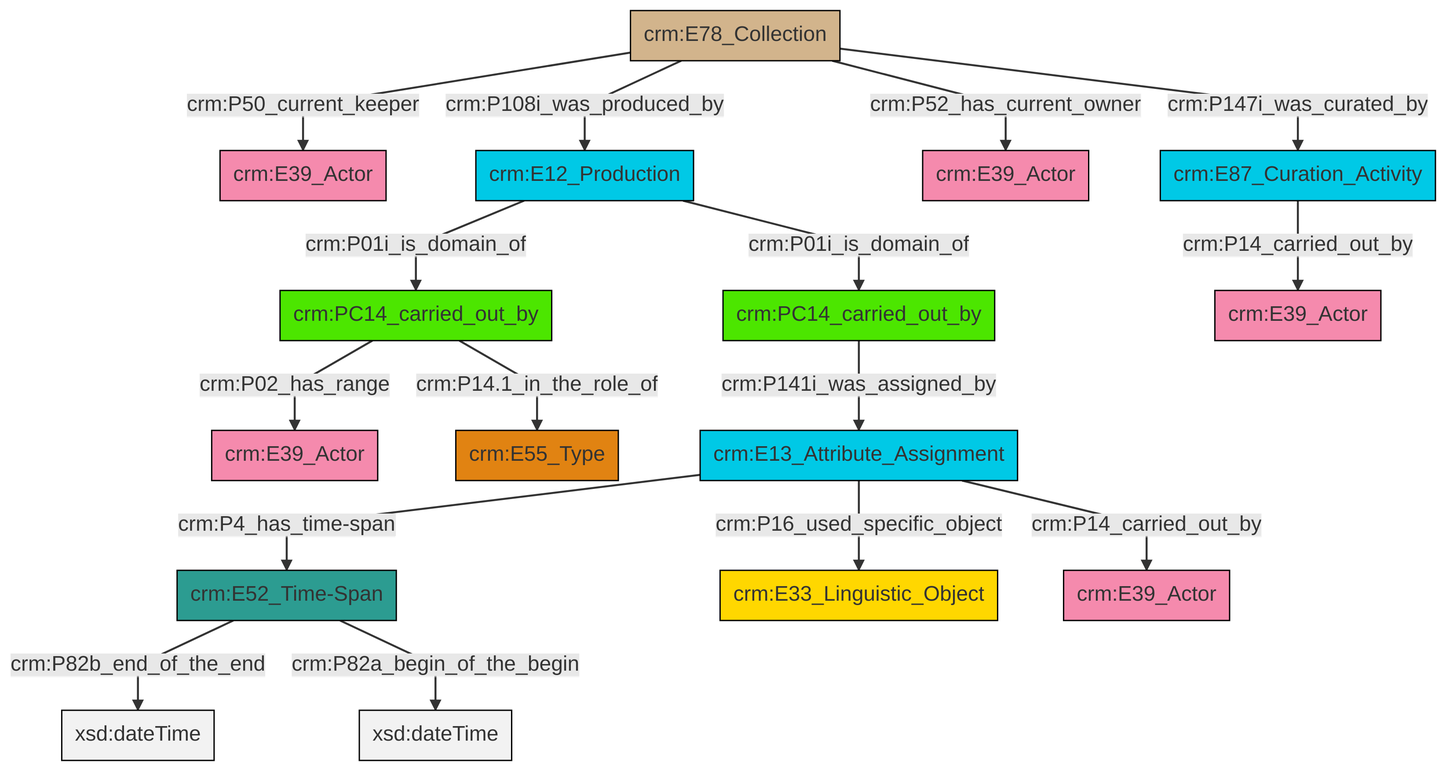
The Mermaid diagram et/archivalCSV/ttl/mmd/png/archival_relation.png in swiss-art-research-net/docs.swissartresearch, before a commit. Its source is kept beside it as et/archivalCSV/ttl/mmd/archival_relation.ttl.mmd.
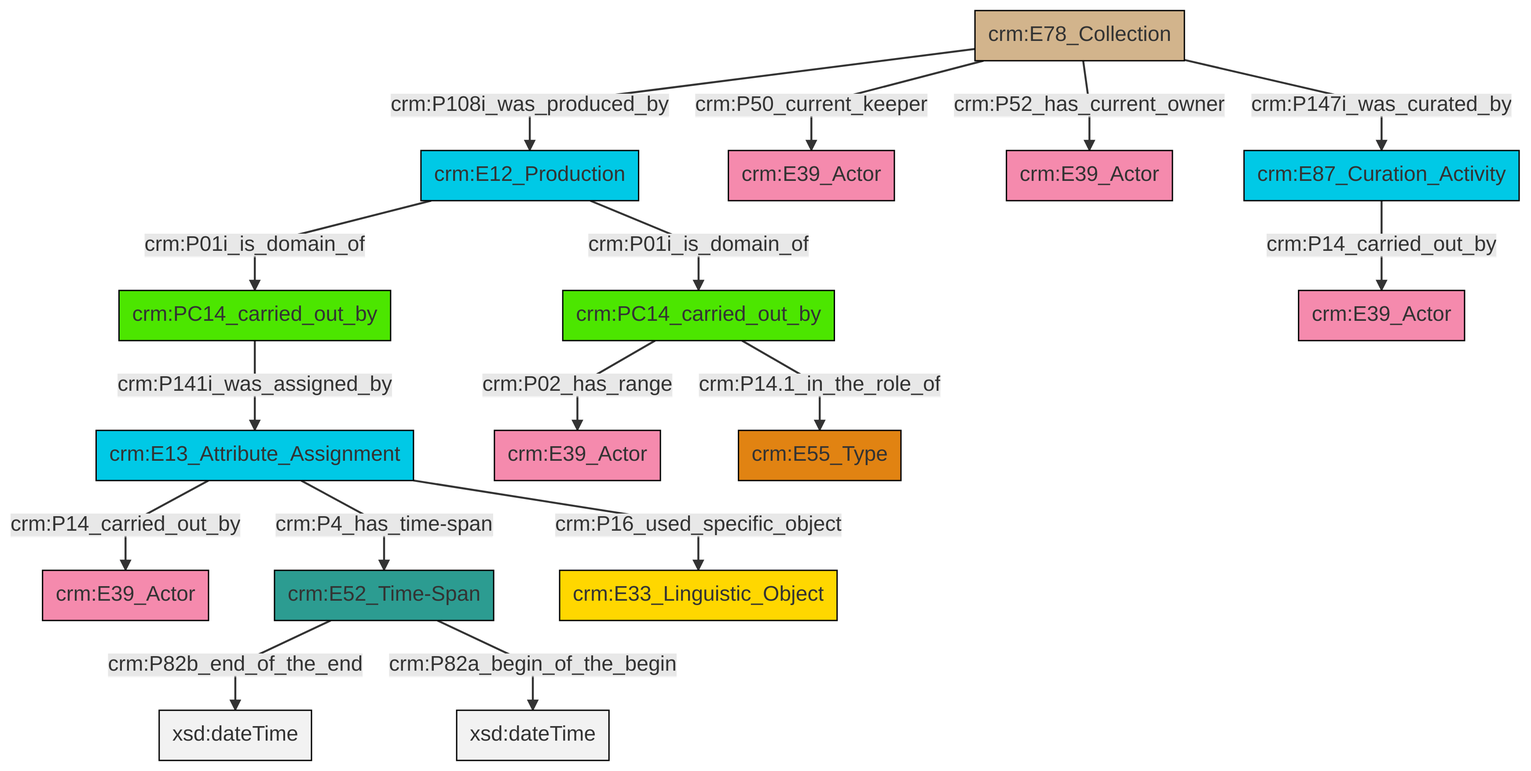
Later version of the same file.

The edit, as a diff of the source:
```diff
@@ -13,18 +13,18 @@
 classDef PC_Classes fill:#4ce600, stroke:#000000;
 classDef Multi fill:#cccccc,stroke:#000000;
 
-2["crm:E87_Curation_Activity"]:::Temporal_Entity -->|crm:P14_carried_out_by| 3["crm:E39_Actor"]:::Actor
-4["crm:E12_Production"]:::Temporal_Entity -->|crm:P01i_is_domain_of| 5["crm:PC14_carried_out_by"]:::PC_Classes
-7["crm:E13_Attribute_Assignment"]:::Temporal_Entity -->|crm:P4_has_time-span| 8["crm:E52_Time-Span"]:::Time-Span
-8["crm:E52_Time-Span"]:::Time-Span -->|crm:P82b_end_of_the_end| 9[xsd:dateTime]:::Literal
-8["crm:E52_Time-Span"]:::Time-Span -->|crm:P82a_begin_of_the_begin| 12[xsd:dateTime]:::Literal
-10["crm:E78_Collection"]:::Physical_Thing -->|crm:P50_current_keeper| 13["crm:E39_Actor"]:::Actor
-7["crm:E13_Attribute_Assignment"]:::Temporal_Entity -->|crm:P16_used_specific_object| 14["crm:E33_Linguistic_Object"]:::Conceptual_Object
-5["crm:PC14_carried_out_by"]:::PC_Classes -->|crm:P02_has_range| 15["crm:E39_Actor"]:::Actor
-10["crm:E78_Collection"]:::Physical_Thing -->|crm:P108i_was_produced_by| 4["crm:E12_Production"]:::Temporal_Entity
-5["crm:PC14_carried_out_by"]:::PC_Classes -->|crm:P14.1_in_the_role_of| 17["crm:E55_Type"]:::Type
-10["crm:E78_Collection"]:::Physical_Thing -->|crm:P52_has_current_owner| 19["crm:E39_Actor"]:::Actor
-7["crm:E13_Attribute_Assignment"]:::Temporal_Entity -->|crm:P14_carried_out_by| 23["crm:E39_Actor"]:::Actor
-4["crm:E12_Production"]:::Temporal_Entity -->|crm:P01i_is_domain_of| 0["crm:PC14_carried_out_by"]:::PC_Classes
-0["crm:PC14_carried_out_by"]:::PC_Classes -->|crm:P141i_was_assigned_by| 7["crm:E13_Attribute_Assignment"]:::Temporal_Entity
-10["crm:E78_Collection"]:::Physical_Thing -->|crm:P147i_was_curated_by| 2["crm:E87_Curation_Activity"]:::Temporal_Entity
+0["crm:E13_Attribute_Assignment"]:::Temporal_Entity -->|crm:P14_carried_out_by| 1["crm:E39_Actor"]:::Actor
+6["crm:E78_Collection"]:::Physical_Thing -->|crm:P50_current_keeper| 7["crm:E39_Actor"]:::Actor
+6["crm:E78_Collection"]:::Physical_Thing -->|crm:P52_has_current_owner| 8["crm:E39_Actor"]:::Actor
+10["crm:E52_Time-Span"]:::Time-Span -->|crm:P82b_end_of_the_end| 11[xsd:dateTime]:::Literal
+0["crm:E13_Attribute_Assignment"]:::Temporal_Entity -->|crm:P16_used_specific_object| 18["crm:E33_Linguistic_Object"]:::Conceptual_Object
+6["crm:E78_Collection"]:::Physical_Thing -->|crm:P147i_was_curated_by| 19["crm:E87_Curation_Activity"]:::Temporal_Entity
+20["crm:PC14_carried_out_by"]:::PC_Classes -->|crm:P141i_was_assigned_by| 0["crm:E13_Attribute_Assignment"]:::Temporal_Entity
+19["crm:E87_Curation_Activity"]:::Temporal_Entity -->|crm:P14_carried_out_by| 21["crm:E39_Actor"]:::Actor
+2["crm:E12_Production"]:::Temporal_Entity -->|crm:P01i_is_domain_of| 15["crm:PC14_carried_out_by"]:::PC_Classes
+2["crm:E12_Production"]:::Temporal_Entity -->|crm:P01i_is_domain_of| 20["crm:PC14_carried_out_by"]:::PC_Classes
+10["crm:E52_Time-Span"]:::Time-Span -->|crm:P82a_begin_of_the_begin| 25[xsd:dateTime]:::Literal
+6["crm:E78_Collection"]:::Physical_Thing -->|crm:P108i_was_produced_by| 2["crm:E12_Production"]:::Temporal_Entity
+0["crm:E13_Attribute_Assignment"]:::Temporal_Entity -->|crm:P4_has_time-span| 10["crm:E52_Time-Span"]:::Time-Span
+15["crm:PC14_carried_out_by"]:::PC_Classes -->|crm:P02_has_range| 4["crm:E39_Actor"]:::Actor
+15["crm:PC14_carried_out_by"]:::PC_Classes -->|crm:P14.1_in_the_role_of| 22["crm:E55_Type"]:::Type
```
